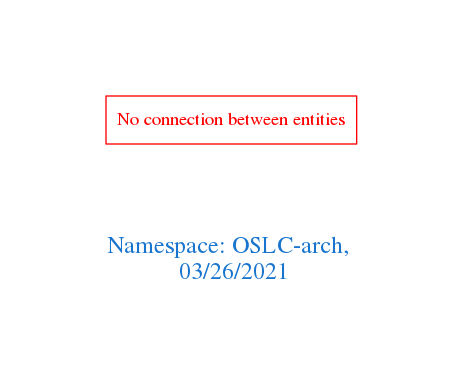
The Graphviz diagram downloads/OSLC-arch.png in arago/OGIT, before a commit. Its source is kept beside it as downloads/OSLC-arch.dot. Its diagram source:
```dot
digraph OGIT_ontology {
 graph [ rankdir= LR,pad=1
fontsize = 18,
fontcolor= dodgerblue3,label = "\n\n\nNamespace: OSLC-arch, \n 03/26/2021"];
node[shape=polygon];
edge [  color="gray81"];

"No connection between entities" [fontcolor = "red",color="red", shape="polygon"]
}
```
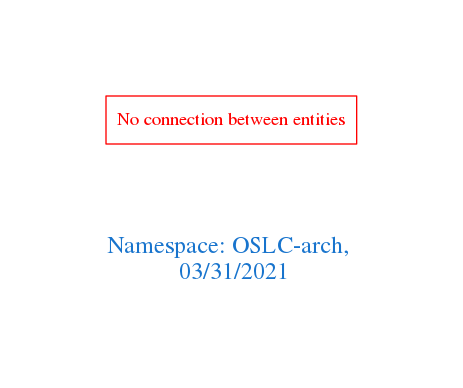
After the commit.

Diff of the diagram source:
```diff
@@ -1,7 +1,7 @@
 digraph OGIT_ontology {
  graph [ rankdir= LR,pad=1
 fontsize = 18,
-fontcolor= dodgerblue3,label = "\n\n\nNamespace: OSLC-arch, \n 03/26/2021"];
+fontcolor= dodgerblue3,label = "\n\n\nNamespace: OSLC-arch, \n 03/31/2021"];
 node[shape=polygon];
 edge [  color="gray81"];
 
```
